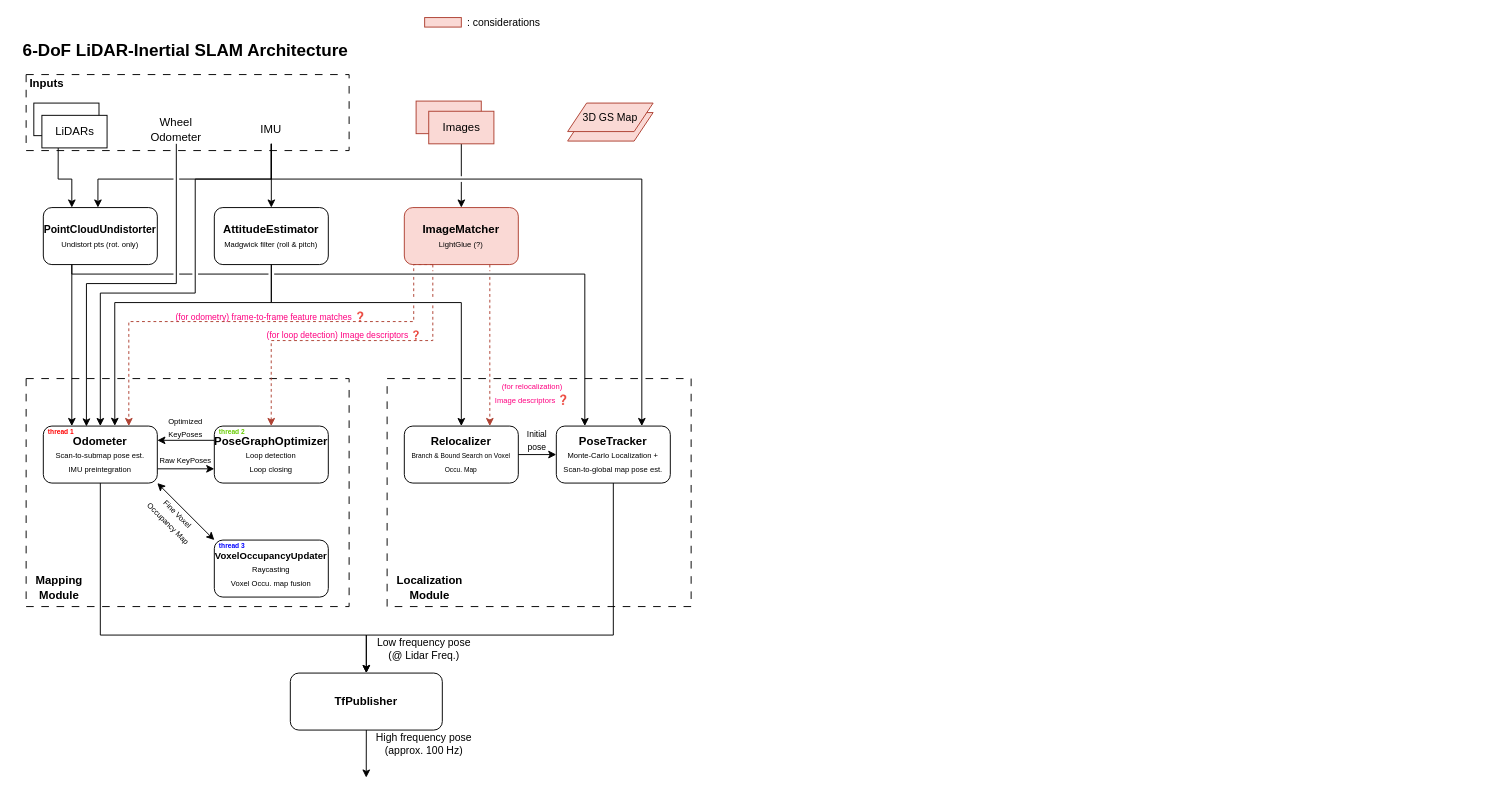
chkim-holiday/draw_io_storage keeps this draw.io diagram as 3D SLAM.drawio. Above is the earlier version. Source tidied: cells renumbered, new cells numbered last; positions are measured from the earlier drawing's top-left corner, leaving out a move shared by most shapes. Both pictures are drawn from the tidied source at 95%, with x=0, y=0 at pixel (16, 17).
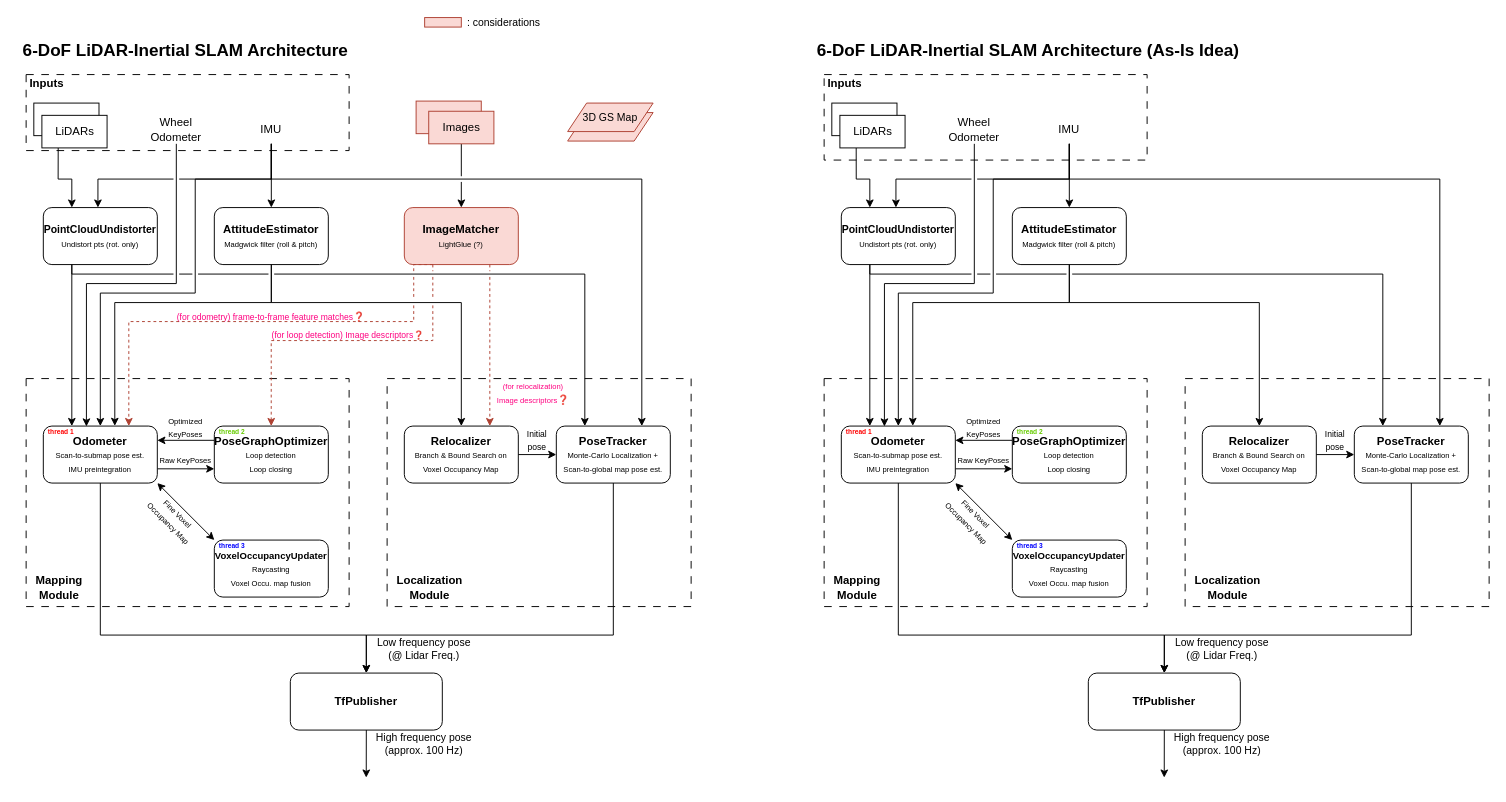
The same page after the edit.

Change to the diagram source:
```diff
@@
-    <mxCell id="30" value="&lt;b&gt;Relocalizer&lt;/b&gt;&lt;div&gt;&lt;font style=&quot;font-size: 7px;&quot;&gt;Branch &amp;amp; Bound Search on Voxel Occu. Map&lt;/font&gt;&lt;/div&gt;" style="rounded=1;whiteSpace=wrap;html=1;" parent="1" vertex="1">
+    <mxCell id="30" value="&lt;b&gt;Relocalizer&lt;/b&gt;&lt;div&gt;&lt;font style=&quot;font-size: 8px;&quot;&gt;Branch &amp;amp; Bound Search on Voxel Occupancy Map&lt;/font&gt;&lt;/div&gt;" style="rounded=1;whiteSpace=wrap;html=1;" parent="1" vertex="1">
       <mxGeometry x="408.1" y="430" width="120" height="60" as="geometry" />
     </mxCell>
@@
-    <mxCell id="50" value="&lt;div&gt;&lt;span&gt;&lt;font style=&quot;font-size: 8px;&quot;&gt;(for relocalization)&lt;/font&gt;&lt;/span&gt;&lt;/div&gt;&lt;span&gt;&lt;font style=&quot;font-size: 8px;&quot;&gt;Image descriptors&amp;nbsp;&lt;/font&gt;&lt;span style=&quot;font-size: x-small;&quot;&gt;❓&lt;/span&gt;&lt;/span&gt;" style="text;html=1;whiteSpace=wrap;strokeColor=none;fillColor=none;align=center;verticalAlign=middle;rounded=0;fontFamily=Helvetica;fontSize=11;fontColor=#FF0080;labelBackgroundColor=none;" parent="1" vertex="1">
-      <mxGeometry x="498.1" y="380" width="90" height="30" as="geometry" />
+    <mxCell id="50" value="&lt;div&gt;&lt;span&gt;&lt;font style=&quot;font-size: 8px;&quot;&gt;(for relocalization)&lt;/font&gt;&lt;/span&gt;&lt;/div&gt;&lt;span&gt;&lt;font style=&quot;font-size: 8px;&quot;&gt;Image descriptors&lt;/font&gt;&lt;span style=&quot;font-size: x-small;&quot;&gt;❓&lt;/span&gt;&lt;/span&gt;" style="text;html=1;whiteSpace=wrap;strokeColor=none;fillColor=none;align=center;verticalAlign=middle;rounded=0;fontFamily=Helvetica;fontSize=11;fontColor=#FF0080;labelBackgroundColor=none;" parent="1" vertex="1">
+      <mxGeometry x="498.1" y="380" width="91.9" height="30" as="geometry" />
     </mxCell>
-    <mxCell id="51" value="&lt;font style=&quot;font-size: 9px;&quot;&gt;(for odometry) frame-to-frame feature matches&amp;nbsp;&lt;/font&gt;&lt;span style=&quot;font-size: x-small;&quot;&gt;❓&lt;/span&gt;" style="text;html=1;whiteSpace=wrap;strokeColor=none;fillColor=none;align=center;verticalAlign=middle;rounded=0;fontFamily=Helvetica;fontSize=8;fontColor=#FF0080;labelBackgroundColor=none;" parent="1" vertex="1">
+    <mxCell id="51" value="&lt;font style=&quot;font-size: 9px;&quot;&gt;(for odometry) frame-to-frame feature matches&lt;/font&gt;&lt;span style=&quot;font-size: x-small;&quot;&gt;❓&lt;/span&gt;" style="text;html=1;whiteSpace=wrap;strokeColor=none;fillColor=none;align=center;verticalAlign=middle;rounded=0;fontFamily=Helvetica;fontSize=8;fontColor=#FF0080;labelBackgroundColor=none;" parent="1" vertex="1">
       <mxGeometry x="158.1" y="310" width="220" height="10" as="geometry" />
     </mxCell>
@@
-    <mxCell id="56" value="&lt;font style=&quot;font-size: 9px;&quot;&gt;(for loop detection) Image descriptors ❓&lt;/font&gt;" style="text;html=1;whiteSpace=wrap;strokeColor=none;fillColor=none;align=center;verticalAlign=middle;rounded=0;fontFamily=Helvetica;fontSize=8;fontColor=#FF0080;labelBackgroundColor=none;" parent="1" vertex="1">
-      <mxGeometry x="260" y="330" width="170" height="10" as="geometry" />
+    <mxCell id="56" value="&lt;font style=&quot;font-size: 9px;&quot;&gt;(for loop detection) Image descriptors❓&lt;/font&gt;" style="text;html=1;whiteSpace=wrap;strokeColor=none;fillColor=none;align=center;verticalAlign=middle;rounded=0;fontFamily=Helvetica;fontSize=8;fontColor=#FF0080;labelBackgroundColor=none;" parent="1" vertex="1">
+      <mxGeometry x="263.8" y="330" width="170" height="10" as="geometry" />
     </mxCell>
@@
+    <mxCell id="62" style="rounded=0;whiteSpace=wrap;html=1;dashed=1;dashPattern=8 8;fillColor=none;" parent="1" vertex="1">
+      <mxGeometry x="850" y="380" width="340" height="240" as="geometry" />
+    </mxCell>
+    <mxCell id="63" value="&lt;font style=&quot;font-size: 8px;&quot;&gt;Optimized KeyPoses&lt;/font&gt;" style="text;html=1;whiteSpace=wrap;strokeColor=none;fillColor=none;align=center;verticalAlign=middle;rounded=0;fontFamily=Helvetica;fontSize=11;fontColor=default;labelBackgroundColor=none;" parent="1" vertex="1">
+      <mxGeometry x="988.1" y="419" width="60" height="24" as="geometry" />
+    </mxCell>
+    <mxCell id="64" style="rounded=0;whiteSpace=wrap;html=1;dashed=1;dashPattern=8 8;fillColor=none;" parent="1" vertex="1">
+      <mxGeometry x="1230" y="380" width="320" height="240" as="geometry" />
+    </mxCell>
+    <mxCell id="65" style="rounded=0;whiteSpace=wrap;html=1;dashed=1;dashPattern=8 8;" parent="1" vertex="1">
+      <mxGeometry x="850" y="60" width="340" height="90" as="geometry" />
+    </mxCell>
+    <mxCell id="66" style="edgeStyle=orthogonalEdgeStyle;shape=connector;rounded=0;jumpStyle=gap;jettySize=auto;html=1;exitX=0.5;exitY=1;exitDx=0;exitDy=0;strokeColor=default;align=center;verticalAlign=middle;fontFamily=Helvetica;fontSize=11;fontColor=default;labelBackgroundColor=default;endArrow=classic;" parent="1" edge="1" source="69" target="80">
+      <mxGeometry relative="1" as="geometry" />
+    </mxCell>
+    <mxCell id="67" style="edgeStyle=orthogonalEdgeStyle;shape=connector;rounded=0;jumpStyle=gap;jettySize=auto;html=1;exitX=0.5;exitY=1;exitDx=0;exitDy=0;entryX=0.5;entryY=0;entryDx=0;entryDy=0;strokeColor=default;align=center;verticalAlign=middle;fontFamily=Helvetica;fontSize=11;fontColor=default;labelBackgroundColor=default;endArrow=classic;" parent="1" edge="1" source="69" target="91">
+      <mxGeometry relative="1" as="geometry">
+        <Array as="points">
+          <mxPoint x="1108" y="170" />
+          <mxPoint x="1028" y="170" />
+          <mxPoint x="1028" y="290" />
+          <mxPoint x="928" y="290" />
+        </Array>
+      </mxGeometry>
+    </mxCell>
+    <mxCell id="68" style="edgeStyle=orthogonalEdgeStyle;shape=connector;rounded=0;jumpStyle=gap;jettySize=auto;html=1;exitX=0.5;exitY=1;exitDx=0;exitDy=0;entryX=0.75;entryY=0;entryDx=0;entryDy=0;strokeColor=default;align=center;verticalAlign=middle;fontFamily=Helvetica;fontSize=11;fontColor=default;labelBackgroundColor=default;endArrow=classic;" parent="1" edge="1" source="69" target="85">
+      <mxGeometry relative="1" as="geometry">
+        <Array as="points">
+          <mxPoint x="1108" y="170" />
+          <mxPoint x="1498" y="170" />
+        </Array>
+      </mxGeometry>
+    </mxCell>
+    <mxCell id="69" value="IMU" style="text;html=1;whiteSpace=wrap;strokeColor=none;fillColor=none;align=center;verticalAlign=middle;rounded=0;" parent="1" vertex="1">
+      <mxGeometry x="1088.1" y="102.9" width="40" height="30" as="geometry" />
+    </mxCell>
+    <mxCell id="70" style="edgeStyle=orthogonalEdgeStyle;shape=connector;rounded=0;jumpStyle=gap;jettySize=auto;html=1;exitX=0.5;exitY=1;exitDx=0;exitDy=0;strokeColor=default;align=center;verticalAlign=middle;fontFamily=Helvetica;fontSize=11;fontColor=default;labelBackgroundColor=default;endArrow=classic;entryX=0.378;entryY=0.007;entryDx=0;entryDy=0;entryPerimeter=0;" parent="1" edge="1" source="71" target="91">
+      <mxGeometry relative="1" as="geometry">
+        <Array as="points">
+          <mxPoint x="1008" y="280" />
+          <mxPoint x="913" y="280" />
+          <mxPoint x="913" y="430" />
+        </Array>
+      </mxGeometry>
+    </mxCell>
+    <mxCell id="71" value="Wheel&lt;br&gt;Odometer" style="text;html=1;whiteSpace=wrap;strokeColor=none;fillColor=none;align=center;verticalAlign=middle;rounded=0;" parent="1" vertex="1">
+      <mxGeometry x="988.1" y="102.9" width="40" height="30" as="geometry" />
+    </mxCell>
+    <mxCell id="72" value="&lt;b&gt;Inputs&lt;/b&gt;" style="text;html=1;whiteSpace=wrap;strokeColor=none;fillColor=none;align=center;verticalAlign=middle;rounded=0;" parent="1" vertex="1">
+      <mxGeometry x="850" y="60" width="43.9" height="20" as="geometry" />
+    </mxCell>
+    <mxCell id="73" value="&lt;b&gt;&lt;font style=&quot;font-size: 18px;&quot;&gt;6-DoF LiDAR-Inertial SLAM Architecture (As-Is Idea)&lt;/font&gt;&lt;/b&gt;" style="text;html=1;whiteSpace=wrap;strokeColor=none;fillColor=none;align=center;verticalAlign=middle;rounded=0;" parent="1" vertex="1">
+      <mxGeometry x="840" y="20" width="450" height="30" as="geometry" />
+    </mxCell>
+    <mxCell id="74" style="rounded=0;whiteSpace=wrap;html=1;" parent="1" vertex="1">
+      <mxGeometry x="858.1" y="90" width="68.6" height="34.3" as="geometry" />
+    </mxCell>
+    <mxCell id="75" style="edgeStyle=orthogonalEdgeStyle;rounded=0;jettySize=auto;html=1;exitX=0.25;exitY=1;exitDx=0;exitDy=0;entryX=0.25;entryY=0;entryDx=0;entryDy=0;jumpStyle=gap;shadow=0;flowAnimation=0;" parent="1" edge="1" source="76" target="78">
+      <mxGeometry relative="1" as="geometry">
+        <Array as="points">
+          <mxPoint x="884.1" y="170" />
+          <mxPoint x="898.1" y="170" />
+        </Array>
+      </mxGeometry>
+    </mxCell>
+    <mxCell id="76" value="LiDARs" style="rounded=0;whiteSpace=wrap;html=1;" parent="1" vertex="1">
+      <mxGeometry x="866.6" y="102.9" width="68.6" height="34.3" as="geometry" />
+    </mxCell>
+    <mxCell id="77" style="edgeStyle=orthogonalEdgeStyle;shape=connector;rounded=0;jumpStyle=gap;jettySize=auto;html=1;exitX=0.25;exitY=1;exitDx=0;exitDy=0;entryX=0.25;entryY=0;entryDx=0;entryDy=0;strokeColor=default;align=center;verticalAlign=middle;fontFamily=Helvetica;fontSize=11;fontColor=default;labelBackgroundColor=default;endArrow=classic;" parent="1" edge="1" source="78" target="91">
+      <mxGeometry relative="1" as="geometry" />
+    </mxCell>
+    <mxCell id="78" value="&lt;b&gt;&lt;font style=&quot;font-size: 11px;&quot;&gt;PointCloudUndistorter&lt;/font&gt;&lt;/b&gt;&lt;div&gt;&lt;font style=&quot;font-size: 8px;&quot;&gt;Undistort pts (rot. only)&lt;/font&gt;&lt;/div&gt;" style="rounded=1;whiteSpace=wrap;html=1;" parent="1" vertex="1">
+      <mxGeometry x="868.1" y="200" width="120" height="60" as="geometry" />
+    </mxCell>
+    <mxCell id="79" style="edgeStyle=orthogonalEdgeStyle;shape=connector;rounded=0;jumpStyle=gap;jettySize=auto;html=1;exitX=0.5;exitY=1;exitDx=0;exitDy=0;entryX=0.5;entryY=0;entryDx=0;entryDy=0;strokeColor=default;align=center;verticalAlign=middle;fontFamily=Helvetica;fontSize=11;fontColor=default;labelBackgroundColor=default;endArrow=classic;" parent="1" edge="1" source="80" target="87">
+      <mxGeometry relative="1" as="geometry">
+        <Array as="points">
+          <mxPoint x="1108" y="300" />
+          <mxPoint x="1308" y="300" />
+        </Array>
+      </mxGeometry>
+    </mxCell>
+    <mxCell id="80" value="&lt;b&gt;AttitudeEstimator&lt;/b&gt;&lt;div&gt;&lt;font style=&quot;font-size: 8px;&quot;&gt;Madgwick filter (roll &amp;amp; pitch)&lt;/font&gt;&lt;/div&gt;" style="rounded=1;whiteSpace=wrap;html=1;" parent="1" vertex="1">
+      <mxGeometry x="1048.1" y="200" width="120" height="60" as="geometry" />
+    </mxCell>
+    <mxCell id="81" style="edgeStyle=orthogonalEdgeStyle;shape=connector;rounded=0;jumpStyle=gap;jettySize=auto;html=1;exitX=0;exitY=0.25;exitDx=0;exitDy=0;entryX=1;entryY=0.25;entryDx=0;entryDy=0;strokeColor=default;align=center;verticalAlign=middle;fontFamily=Helvetica;fontSize=11;fontColor=default;labelBackgroundColor=default;endArrow=classic;" parent="1" edge="1" source="82" target="91">
+      <mxGeometry relative="1" as="geometry" />
+    </mxCell>
+    <mxCell id="82" value="&lt;b&gt;PoseGraphOptimizer&lt;/b&gt;&lt;div&gt;&lt;font style=&quot;font-size: 8px;&quot;&gt;Loop detection&lt;/font&gt;&lt;/div&gt;&lt;div&gt;&lt;font style=&quot;font-size: 8px;&quot;&gt;Loop closing&lt;/font&gt;&lt;/div&gt;" style="rounded=1;whiteSpace=wrap;html=1;" parent="1" vertex="1">
+      <mxGeometry x="1048.1" y="430" width="120" height="60" as="geometry" />
+    </mxCell>
+    <mxCell id="83" value="&lt;font style=&quot;font-size: 10px;&quot;&gt;&lt;b&gt;VoxelOccupancyUpdater&lt;/b&gt;&lt;/font&gt;&lt;div&gt;&lt;font style=&quot;font-size: 8px;&quot;&gt;Raycasting&lt;/font&gt;&lt;/div&gt;&lt;div&gt;&lt;font style=&quot;font-size: 8px;&quot;&gt;Voxel Occu. map fusion&lt;/font&gt;&lt;/div&gt;" style="rounded=1;whiteSpace=wrap;html=1;" parent="1" vertex="1">
+      <mxGeometry x="1048.1" y="550" width="120" height="60" as="geometry" />
+    </mxCell>
+    <mxCell id="84" style="edgeStyle=orthogonalEdgeStyle;shape=connector;rounded=0;jumpStyle=gap;jettySize=auto;html=1;exitX=0.5;exitY=1;exitDx=0;exitDy=0;entryX=0.5;entryY=0;entryDx=0;entryDy=0;strokeColor=default;align=center;verticalAlign=middle;fontFamily=Helvetica;fontSize=11;fontColor=default;labelBackgroundColor=default;endArrow=classic;" parent="1" edge="1" source="85" target="103">
+      <mxGeometry relative="1" as="geometry">
+        <Array as="points">
+          <mxPoint x="1468.1" y="650" />
+          <mxPoint x="1208.1" y="650" />
+        </Array>
+      </mxGeometry>
+    </mxCell>
+    <mxCell id="85" value="&lt;b&gt;PoseTracker&lt;/b&gt;&lt;div&gt;&lt;font style=&quot;font-size: 8px;&quot;&gt;Monte-Carlo Localization +&lt;/font&gt;&lt;/div&gt;&lt;div&gt;&lt;span style=&quot;font-size: 8px;&quot;&gt;Scan-to-global map pose est.&lt;/span&gt;&lt;/div&gt;" style="rounded=1;whiteSpace=wrap;html=1;" parent="1" vertex="1">
+      <mxGeometry x="1408.1" y="430" width="120" height="60" as="geometry" />
+    </mxCell>
+    <mxCell id="86" style="edgeStyle=orthogonalEdgeStyle;rounded=0;jettySize=auto;html=1;exitX=0.5;exitY=1;exitDx=0;exitDy=0;entryX=0.479;entryY=0;entryDx=0;entryDy=0;entryPerimeter=0;jumpStyle=gap;" parent="1" edge="1" source="69" target="78">
+      <mxGeometry relative="1" as="geometry">
+        <Array as="points">
+          <mxPoint x="1108.1" y="170" />
+          <mxPoint x="926.1" y="170" />
+        </Array>
+      </mxGeometry>
+    </mxCell>
+    <mxCell id="87" value="&lt;b&gt;Relocalizer&lt;/b&gt;&lt;div&gt;&lt;font style=&quot;font-size: 8px;&quot;&gt;Branch &amp;amp; Bound Search on Voxel Occupancy Map&lt;/font&gt;&lt;/div&gt;" style="rounded=1;whiteSpace=wrap;html=1;" parent="1" vertex="1">
+      <mxGeometry x="1248.1" y="430" width="120" height="60" as="geometry" />
+    </mxCell>
+    <mxCell id="88" style="edgeStyle=orthogonalEdgeStyle;shape=connector;rounded=0;jumpStyle=gap;jettySize=auto;html=1;exitX=1;exitY=0.75;exitDx=0;exitDy=0;entryX=0;entryY=0.75;entryDx=0;entryDy=0;strokeColor=default;align=center;verticalAlign=middle;fontFamily=Helvetica;fontSize=11;fontColor=default;labelBackgroundColor=default;endArrow=classic;" parent="1" edge="1" source="91" target="82">
+      <mxGeometry relative="1" as="geometry" />
+    </mxCell>
+    <mxCell id="89" style="shape=connector;rounded=0;jumpStyle=gap;jettySize=auto;html=1;exitX=1;exitY=1;exitDx=0;exitDy=0;entryX=0;entryY=0;entryDx=0;entryDy=0;strokeColor=default;align=center;verticalAlign=middle;fontFamily=Helvetica;fontSize=11;fontColor=default;labelBackgroundColor=default;endArrow=classic;startArrow=classic;startFill=1;" parent="1" edge="1" source="91" target="83">
+      <mxGeometry relative="1" as="geometry" />
+    </mxCell>
+    <mxCell id="90" style="edgeStyle=orthogonalEdgeStyle;shape=connector;rounded=0;jumpStyle=gap;jettySize=auto;html=1;exitX=0.5;exitY=1;exitDx=0;exitDy=0;entryX=0.5;entryY=0;entryDx=0;entryDy=0;strokeColor=default;align=center;verticalAlign=middle;fontFamily=Helvetica;fontSize=11;fontColor=default;labelBackgroundColor=default;endArrow=classic;" parent="1" edge="1" source="91" target="103">
+      <mxGeometry relative="1" as="geometry">
+        <Array as="points">
+          <mxPoint x="928.1" y="650" />
+          <mxPoint x="1208.1" y="650" />
+        </Array>
+      </mxGeometry>
+    </mxCell>
+    <mxCell id="91" value="&lt;b&gt;Odometer&lt;/b&gt;&lt;div&gt;&lt;font style=&quot;font-size: 8px;&quot;&gt;Scan-to-submap pose est.&lt;/font&gt;&lt;/div&gt;&lt;div&gt;&lt;font style=&quot;font-size: 8px;&quot;&gt;IMU preintegration&lt;/font&gt;&lt;/div&gt;" style="rounded=1;whiteSpace=wrap;html=1;" parent="1" vertex="1">
+      <mxGeometry x="868.1" y="430" width="120" height="60" as="geometry" />
+    </mxCell>
+    <mxCell id="92" style="edgeStyle=orthogonalEdgeStyle;shape=connector;rounded=0;jumpStyle=gap;jettySize=auto;html=1;exitX=0.5;exitY=1;exitDx=0;exitDy=0;entryX=0.627;entryY=-0.004;entryDx=0;entryDy=0;strokeColor=default;align=center;verticalAlign=middle;fontFamily=Helvetica;fontSize=11;fontColor=default;labelBackgroundColor=default;endArrow=classic;entryPerimeter=0;" parent="1" edge="1" source="80" target="91">
+      <mxGeometry relative="1" as="geometry">
+        <Array as="points">
+          <mxPoint x="1108" y="300" />
+          <mxPoint x="943" y="300" />
+          <mxPoint x="943" y="430" />
+        </Array>
+      </mxGeometry>
+    </mxCell>
+    <mxCell id="93" style="edgeStyle=orthogonalEdgeStyle;shape=connector;rounded=0;jumpStyle=gap;jettySize=auto;html=1;exitX=1;exitY=0.5;exitDx=0;exitDy=0;entryX=0;entryY=0.5;entryDx=0;entryDy=0;strokeColor=default;align=center;verticalAlign=middle;fontFamily=Helvetica;fontSize=11;fontColor=default;labelBackgroundColor=default;endArrow=classic;" parent="1" edge="1" source="87" target="85">
+      <mxGeometry relative="1" as="geometry" />
+    </mxCell>
+    <mxCell id="94" style="edgeStyle=orthogonalEdgeStyle;shape=connector;rounded=0;jumpStyle=gap;jettySize=auto;html=1;exitX=0.25;exitY=1;exitDx=0;exitDy=0;entryX=0.25;entryY=0;entryDx=0;entryDy=0;strokeColor=default;align=center;verticalAlign=middle;fontFamily=Helvetica;fontSize=11;fontColor=default;labelBackgroundColor=default;endArrow=classic;" parent="1" edge="1" source="78" target="85">
+      <mxGeometry relative="1" as="geometry">
+        <Array as="points">
+          <mxPoint x="898" y="270" />
+          <mxPoint x="1438" y="270" />
+        </Array>
+      </mxGeometry>
+    </mxCell>
+    <mxCell id="95" value="&lt;font style=&quot;font-size: 8px;&quot;&gt;Fine Voxel Occupancy Map&lt;/font&gt;" style="text;html=1;whiteSpace=wrap;strokeColor=none;fillColor=none;align=center;verticalAlign=middle;rounded=0;fontFamily=Helvetica;fontSize=11;fontColor=default;labelBackgroundColor=none;rotation=45;" parent="1" vertex="1">
+      <mxGeometry x="975.6" y="516.5" width="60" height="20" as="geometry" />
+    </mxCell>
+    <mxCell id="96" value="&lt;font style=&quot;font-size: 8px;&quot;&gt;Raw KeyPoses&lt;/font&gt;" style="text;html=1;whiteSpace=wrap;strokeColor=none;fillColor=none;align=center;verticalAlign=middle;rounded=0;fontFamily=Helvetica;fontSize=11;fontColor=default;labelBackgroundColor=none;" parent="1" vertex="1">
+      <mxGeometry x="988.1" y="460" width="60" height="10" as="geometry" />
+    </mxCell>
+    <mxCell id="97" value="&lt;font style=&quot;font-size: 7px;&quot;&gt;&lt;b&gt;thread 2&lt;/b&gt;&lt;/font&gt;" style="text;html=1;whiteSpace=wrap;strokeColor=none;fillColor=none;align=center;verticalAlign=middle;rounded=0;fontFamily=Helvetica;fontSize=11;fontColor=#66CC00;labelBackgroundColor=none;" parent="1" vertex="1">
+      <mxGeometry x="1052.1" y="430" width="30" height="10" as="geometry" />
+    </mxCell>
+    <mxCell id="98" value="&lt;font style=&quot;font-size: 7px; color: rgb(255, 0, 0);&quot;&gt;&lt;b&gt;thread 1&lt;/b&gt;&lt;/font&gt;" style="text;html=1;whiteSpace=wrap;strokeColor=none;fillColor=none;align=center;verticalAlign=middle;rounded=0;fontFamily=Helvetica;fontSize=11;fontColor=#66CC00;labelBackgroundColor=none;" parent="1" vertex="1">
+      <mxGeometry x="872.1" y="430" width="30" height="10" as="geometry" />
+    </mxCell>
+    <mxCell id="99" value="&lt;font style=&quot;font-size: 7px; color: rgb(0, 0, 255);&quot;&gt;&lt;b&gt;thread 3&lt;/b&gt;&lt;/font&gt;" style="text;html=1;whiteSpace=wrap;strokeColor=none;fillColor=none;align=center;verticalAlign=middle;rounded=0;fontFamily=Helvetica;fontSize=11;fontColor=#66CC00;labelBackgroundColor=none;" parent="1" vertex="1">
+      <mxGeometry x="1052.1" y="550" width="30" height="10" as="geometry" />
+    </mxCell>
+    <mxCell id="100" value="&lt;b&gt;&lt;font style=&quot;font-size: 12px;&quot;&gt;Mapping Module&lt;/font&gt;&lt;/b&gt;" style="text;html=1;whiteSpace=wrap;strokeColor=none;fillColor=none;align=center;verticalAlign=middle;rounded=0;fontFamily=Helvetica;fontSize=11;fontColor=default;labelBackgroundColor=none;" parent="1" vertex="1">
+      <mxGeometry x="850" y="580" width="70" height="40" as="geometry" />
+    </mxCell>
+    <mxCell id="101" value="&lt;b&gt;&lt;font style=&quot;font-size: 12px;&quot;&gt;Localization&lt;/font&gt;&lt;/b&gt;&lt;div&gt;&lt;b&gt;&lt;font style=&quot;font-size: 12px;&quot;&gt;Module&lt;/font&gt;&lt;/b&gt;&lt;/div&gt;" style="text;html=1;whiteSpace=wrap;strokeColor=none;fillColor=none;align=center;verticalAlign=middle;rounded=0;fontFamily=Helvetica;fontSize=11;fontColor=default;labelBackgroundColor=none;" parent="1" vertex="1">
+      <mxGeometry x="1230" y="580" width="90" height="40" as="geometry" />
+    </mxCell>
+    <mxCell id="102" style="edgeStyle=orthogonalEdgeStyle;shape=connector;rounded=0;jumpStyle=gap;jettySize=auto;html=1;exitX=0.5;exitY=1;exitDx=0;exitDy=0;strokeColor=default;align=center;verticalAlign=middle;fontFamily=Helvetica;fontSize=11;fontColor=default;labelBackgroundColor=default;endArrow=classic;" parent="1" edge="1" source="103">
+      <mxGeometry relative="1" as="geometry">
+        <mxPoint x="1208" y="800" as="targetPoint" />
+      </mxGeometry>
+    </mxCell>
+    <mxCell id="103" value="&lt;b&gt;TfPublisher&lt;/b&gt;" style="rounded=1;whiteSpace=wrap;html=1;" parent="1" vertex="1">
+      <mxGeometry x="1128.1" y="690" width="160" height="60" as="geometry" />
+    </mxCell>
+    <mxCell id="104" value="High frequency pose (approx. 100 Hz)" style="text;html=1;whiteSpace=wrap;strokeColor=none;fillColor=none;align=center;verticalAlign=middle;rounded=0;fontFamily=Helvetica;fontSize=11;fontColor=default;labelBackgroundColor=default;" parent="1" vertex="1">
+      <mxGeometry x="1209.1" y="750" width="120" height="30" as="geometry" />
+    </mxCell>
+    <mxCell id="105" value="Low frequency pose &lt;br&gt;(@ Lidar Freq.)" style="text;html=1;whiteSpace=wrap;strokeColor=none;fillColor=none;align=center;verticalAlign=middle;rounded=0;fontFamily=Helvetica;fontSize=11;fontColor=default;labelBackgroundColor=default;" parent="1" vertex="1">
+      <mxGeometry x="1209.1" y="650" width="120" height="30" as="geometry" />
+    </mxCell>
+    <mxCell id="106" value="&lt;font style=&quot;font-size: 9px;&quot;&gt;Initial&lt;/font&gt;&lt;div&gt;&lt;font style=&quot;font-size: 9px;&quot;&gt;pose&lt;/font&gt;&lt;/div&gt;" style="text;html=1;whiteSpace=wrap;strokeColor=none;fillColor=none;align=center;verticalAlign=middle;rounded=0;fontFamily=Helvetica;fontSize=11;fontColor=default;labelBackgroundColor=none;" parent="1" vertex="1">
+      <mxGeometry x="1373.1" y="430" width="30" height="30" as="geometry" />
+    </mxCell>
```
